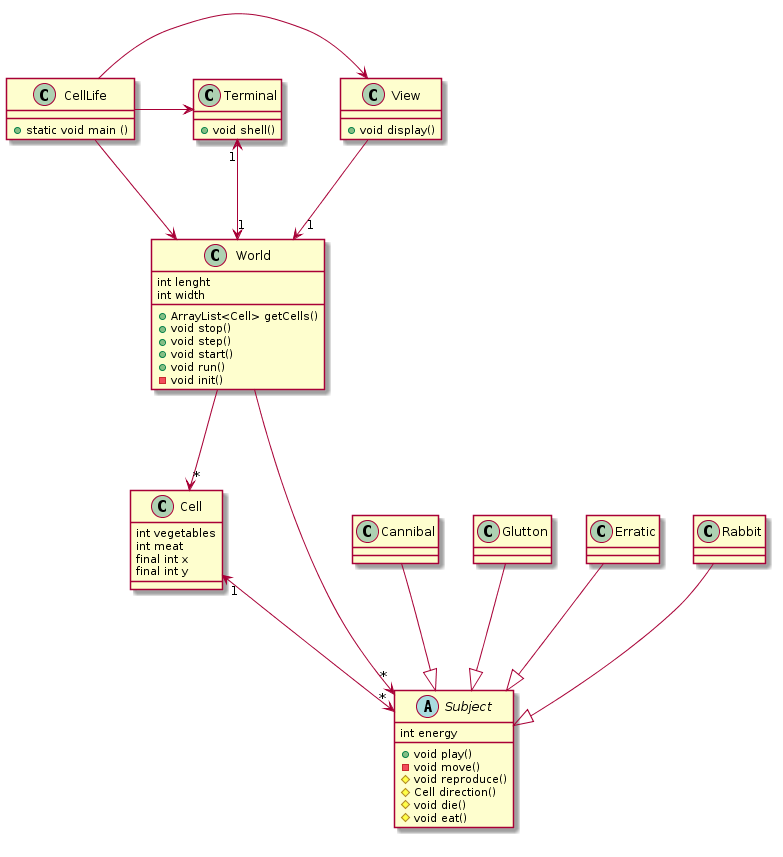
Earlier version of the PlantUML export proj/uml.png (LMG/celllife).
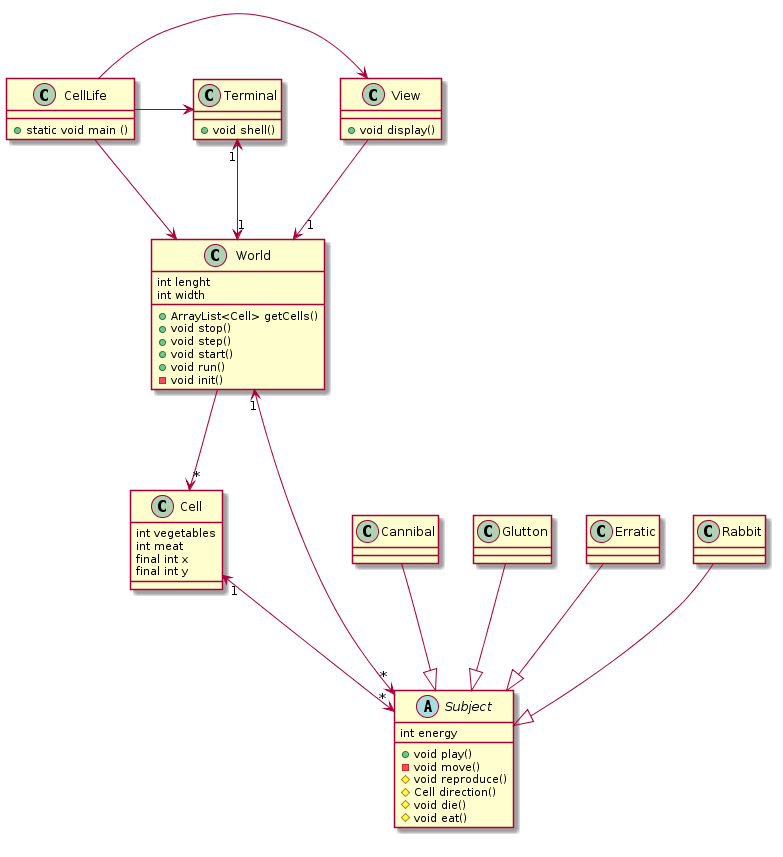
After the commit.

Change to the diagram source:
```diff
@@ -40,7 +40,7 @@
 	final int y
 }
 
-World --> "*" Subject
+World "1"<--> "*" Subject
 Cell "1" <--> "*" Subject
 Cannibal --|> Subject
 Glutton --|> Subject
```
